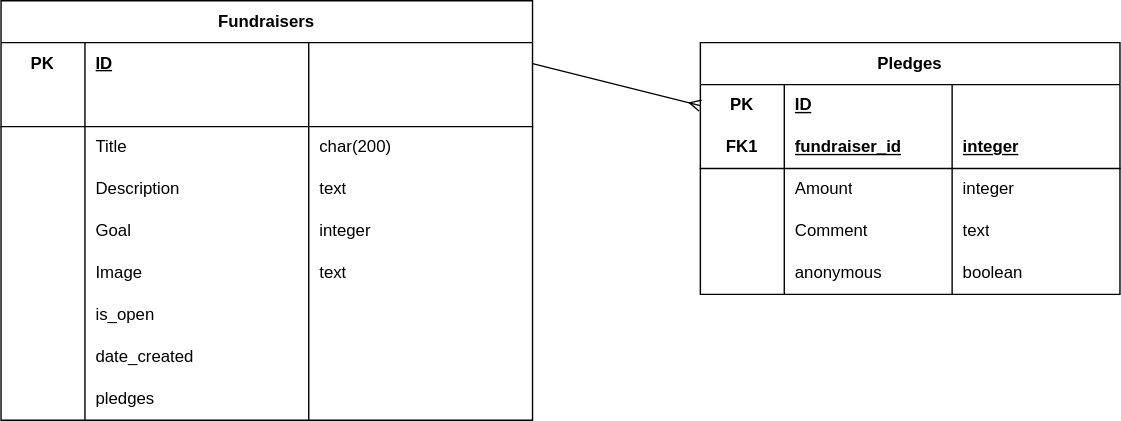
trangvo24267/crowdfunding_backend keeps this draw.io diagram as database.drawio.svg. Above is the earlier version. Source tidied: cells renumbered, new cells last; positions are measured from the earlier drawing's top-left corner, leaving out a move shared by most shapes. The source it was exported from:
```xml
<mxGraphModel>
  <root>
    <mxCell id="0" />
    <mxCell id="1" parent="0" />
    <mxCell id="2" value="Fundraisers" style="shape=table;startSize=30;rowLines=0;fontStyle=1;align=center;html=1;whiteSpace=wrap;" parent="1" vertex="1">
      <mxGeometry width="380" height="300" as="geometry" />
    </mxCell>
    <mxCell id="3" style="shape=tableRow;horizontal=0;startSize=0;swimlaneHead=0;swimlaneBody=0;fillColor=none;points=[[0,0.5],[1,0.5]];portConstraint=eastwest;top=0;left=0;right=0;bottom=0;html=1;" parent="2" vertex="1">
      <mxGeometry y="30" width="380" height="30" as="geometry" />
    </mxCell>
    <mxCell id="4" value="PK" style="shape=partialRectangle;fillColor=none;top=0;left=0;bottom=0;right=0;fontStyle=1;overflow=hidden;html=1;whiteSpace=wrap;" parent="3" vertex="1">
      <mxGeometry width="60" height="30" as="geometry" />
    </mxCell>
    <mxCell id="5" value="ID" style="shape=partialRectangle;fillColor=none;top=0;left=0;bottom=0;right=0;align=left;spacingLeft=6;fontStyle=5;overflow=hidden;html=1;whiteSpace=wrap;" parent="3" vertex="1">
      <mxGeometry x="60" width="160" height="30" as="geometry" />
    </mxCell>
    <mxCell id="6" style="shape=partialRectangle;fillColor=none;top=0;left=0;bottom=0;right=0;align=left;spacingLeft=6;fontStyle=5;overflow=hidden;html=1;whiteSpace=wrap;" parent="3" vertex="1">
      <mxGeometry x="220" width="160" height="30" as="geometry" />
    </mxCell>
    <mxCell id="7" style="shape=tableRow;horizontal=0;startSize=0;swimlaneHead=0;swimlaneBody=0;fillColor=none;top=0;left=0;right=0;bottom=1;html=1;" parent="2" vertex="1">
      <mxGeometry y="60" width="380" height="30" as="geometry" />
    </mxCell>
    <mxCell id="8" style="shape=partialRectangle;fillColor=none;top=0;left=0;bottom=0;right=0;fontStyle=1;overflow=hidden;html=1;whiteSpace=wrap;" parent="7" vertex="1">
      <mxGeometry width="60" height="30" as="geometry" />
    </mxCell>
    <mxCell id="9" style="shape=partialRectangle;fillColor=none;top=0;left=0;bottom=0;right=0;align=left;spacingLeft=6;fontStyle=5;overflow=hidden;html=1;whiteSpace=wrap;" parent="7" vertex="1">
      <mxGeometry x="60" width="160" height="30" as="geometry" />
    </mxCell>
    <mxCell id="10" style="shape=partialRectangle;fillColor=none;top=0;left=0;bottom=0;right=0;align=left;spacingLeft=6;fontStyle=5;overflow=hidden;html=1;whiteSpace=wrap;" parent="7" vertex="1">
      <mxGeometry x="220" width="160" height="30" as="geometry" />
    </mxCell>
    <mxCell id="11" style="shape=tableRow;horizontal=0;startSize=0;swimlaneHead=0;swimlaneBody=0;fillColor=none;top=0;left=0;right=0;bottom=0;html=1;" parent="2" vertex="1">
      <mxGeometry y="90" width="380" height="30" as="geometry" />
    </mxCell>
    <mxCell id="12" style="shape=partialRectangle;fillColor=none;top=0;left=0;bottom=0;right=0;overflow=hidden;html=1;whiteSpace=wrap;" parent="11" vertex="1">
      <mxGeometry width="60" height="30" as="geometry" />
    </mxCell>
    <mxCell id="13" value="Title" style="shape=partialRectangle;fillColor=none;top=0;left=0;bottom=0;right=0;align=left;spacingLeft=6;overflow=hidden;html=1;whiteSpace=wrap;" parent="11" vertex="1">
      <mxGeometry x="60" width="160" height="30" as="geometry" />
    </mxCell>
    <mxCell id="14" value="char(200)" style="shape=partialRectangle;fillColor=none;top=0;left=0;bottom=0;right=0;align=left;spacingLeft=6;overflow=hidden;html=1;whiteSpace=wrap;" parent="11" vertex="1">
      <mxGeometry x="220" width="160" height="30" as="geometry" />
    </mxCell>
    <mxCell id="15" style="shape=tableRow;horizontal=0;startSize=0;swimlaneHead=0;swimlaneBody=0;fillColor=none;top=0;left=0;right=0;bottom=0;html=1;" parent="2" vertex="1">
      <mxGeometry y="120" width="380" height="30" as="geometry" />
    </mxCell>
    <mxCell id="16" style="shape=partialRectangle;fillColor=none;top=0;left=0;bottom=0;right=0;overflow=hidden;html=1;whiteSpace=wrap;" parent="15" vertex="1">
      <mxGeometry width="60" height="30" as="geometry" />
    </mxCell>
    <mxCell id="17" value="&lt;span style=&quot;color: rgb(0, 0, 0);&quot;&gt;Description&lt;/span&gt;" style="shape=partialRectangle;fillColor=none;top=0;left=0;bottom=0;right=0;align=left;spacingLeft=6;overflow=hidden;html=1;whiteSpace=wrap;" parent="15" vertex="1">
      <mxGeometry x="60" width="160" height="30" as="geometry" />
    </mxCell>
    <mxCell id="18" value="text" style="shape=partialRectangle;fillColor=none;top=0;left=0;bottom=0;right=0;align=left;spacingLeft=6;overflow=hidden;html=1;whiteSpace=wrap;" parent="15" vertex="1">
      <mxGeometry x="220" width="160" height="30" as="geometry" />
    </mxCell>
    <mxCell id="19" style="shape=tableRow;horizontal=0;startSize=0;swimlaneHead=0;swimlaneBody=0;fillColor=none;top=0;left=0;right=0;bottom=0;html=1;" parent="2" vertex="1">
      <mxGeometry y="150" width="380" height="30" as="geometry" />
    </mxCell>
    <mxCell id="20" style="shape=partialRectangle;fillColor=none;top=0;left=0;bottom=0;right=0;overflow=hidden;html=1;whiteSpace=wrap;" parent="19" vertex="1">
      <mxGeometry width="60" height="30" as="geometry" />
    </mxCell>
    <mxCell id="21" value="Goal" style="shape=partialRectangle;fillColor=none;top=0;left=0;bottom=0;right=0;align=left;spacingLeft=6;overflow=hidden;html=1;whiteSpace=wrap;" parent="19" vertex="1">
      <mxGeometry x="60" width="160" height="30" as="geometry" />
    </mxCell>
    <mxCell id="22" value="integer" style="shape=partialRectangle;fillColor=none;top=0;left=0;bottom=0;right=0;align=left;spacingLeft=6;overflow=hidden;html=1;whiteSpace=wrap;" parent="19" vertex="1">
      <mxGeometry x="220" width="160" height="30" as="geometry" />
    </mxCell>
    <mxCell id="23" style="shape=tableRow;horizontal=0;startSize=0;swimlaneHead=0;swimlaneBody=0;fillColor=none;top=0;left=0;right=0;bottom=0;html=1;" parent="2" vertex="1">
      <mxGeometry y="180" width="380" height="30" as="geometry" />
    </mxCell>
    <mxCell id="24" style="shape=partialRectangle;fillColor=none;top=0;left=0;bottom=0;right=0;overflow=hidden;html=1;whiteSpace=wrap;" parent="23" vertex="1">
      <mxGeometry width="60" height="30" as="geometry" />
    </mxCell>
    <mxCell id="25" value="Image" style="shape=partialRectangle;fillColor=none;top=0;left=0;bottom=0;right=0;align=left;spacingLeft=6;overflow=hidden;html=1;whiteSpace=wrap;" parent="23" vertex="1">
      <mxGeometry x="60" width="160" height="30" as="geometry" />
    </mxCell>
    <mxCell id="26" value="text" style="shape=partialRectangle;fillColor=none;top=0;left=0;bottom=0;right=0;align=left;spacingLeft=6;overflow=hidden;html=1;whiteSpace=wrap;" parent="23" vertex="1">
      <mxGeometry x="220" width="160" height="30" as="geometry" />
    </mxCell>
    <mxCell id="27" style="shape=tableRow;horizontal=0;startSize=0;swimlaneHead=0;swimlaneBody=0;fillColor=none;top=0;left=0;right=0;bottom=0;html=1;" parent="2" vertex="1">
      <mxGeometry y="210" width="380" height="30" as="geometry" />
    </mxCell>
    <mxCell id="28" style="shape=partialRectangle;fillColor=none;top=0;left=0;bottom=0;right=0;overflow=hidden;html=1;whiteSpace=wrap;" parent="27" vertex="1">
      <mxGeometry width="60" height="30" as="geometry" />
    </mxCell>
    <mxCell id="29" value="is_open" style="shape=partialRectangle;fillColor=none;top=0;left=0;bottom=0;right=0;align=left;spacingLeft=6;overflow=hidden;html=1;whiteSpace=wrap;" parent="27" vertex="1">
      <mxGeometry x="60" width="160" height="30" as="geometry" />
    </mxCell>
    <mxCell id="30" style="shape=partialRectangle;fillColor=none;top=0;left=0;bottom=0;right=0;align=left;spacingLeft=6;overflow=hidden;html=1;whiteSpace=wrap;" parent="27" vertex="1">
      <mxGeometry x="220" width="160" height="30" as="geometry" />
    </mxCell>
    <mxCell id="31" style="shape=tableRow;horizontal=0;startSize=0;swimlaneHead=0;swimlaneBody=0;fillColor=none;top=0;left=0;right=0;bottom=0;html=1;" parent="2" vertex="1">
      <mxGeometry y="240" width="380" height="30" as="geometry" />
    </mxCell>
    <mxCell id="32" style="shape=partialRectangle;fillColor=none;top=0;left=0;bottom=0;right=0;overflow=hidden;html=1;whiteSpace=wrap;" parent="31" vertex="1">
      <mxGeometry width="60" height="30" as="geometry" />
    </mxCell>
    <mxCell id="33" value="date_created" style="shape=partialRectangle;fillColor=none;top=0;left=0;bottom=0;right=0;align=left;spacingLeft=6;overflow=hidden;html=1;whiteSpace=wrap;" parent="31" vertex="1">
      <mxGeometry x="60" width="160" height="30" as="geometry" />
    </mxCell>
    <mxCell id="34" style="shape=partialRectangle;fillColor=none;top=0;left=0;bottom=0;right=0;align=left;spacingLeft=6;overflow=hidden;html=1;whiteSpace=wrap;" parent="31" vertex="1">
      <mxGeometry x="220" width="160" height="30" as="geometry" />
    </mxCell>
    <mxCell id="35" style="shape=tableRow;horizontal=0;startSize=0;swimlaneHead=0;swimlaneBody=0;fillColor=none;top=0;left=0;right=0;bottom=0;html=1;" parent="2" vertex="1">
      <mxGeometry y="270" width="380" height="30" as="geometry" />
    </mxCell>
    <mxCell id="36" style="shape=partialRectangle;fillColor=none;top=0;left=0;bottom=0;right=0;overflow=hidden;html=1;whiteSpace=wrap;" parent="35" vertex="1">
      <mxGeometry width="60" height="30" as="geometry" />
    </mxCell>
    <mxCell id="37" value="pledges" style="shape=partialRectangle;fillColor=none;top=0;left=0;bottom=0;right=0;align=left;spacingLeft=6;overflow=hidden;html=1;whiteSpace=wrap;" parent="35" vertex="1">
      <mxGeometry x="60" width="160" height="30" as="geometry" />
    </mxCell>
    <mxCell id="38" style="shape=partialRectangle;fillColor=none;top=0;left=0;bottom=0;right=0;align=left;spacingLeft=6;overflow=hidden;html=1;whiteSpace=wrap;" parent="35" vertex="1">
      <mxGeometry x="220" width="160" height="30" as="geometry" />
    </mxCell>
    <mxCell id="39" value="Pledges" style="shape=table;startSize=30;rowLines=0;fontStyle=1;align=center;html=1;whiteSpace=wrap;" parent="1" vertex="1">
      <mxGeometry x="500" y="30" width="300" height="180" as="geometry" />
    </mxCell>
    <mxCell id="40" style="shape=tableRow;horizontal=0;startSize=0;swimlaneHead=0;swimlaneBody=0;fillColor=none;points=[[0,0.5],[1,0.5]];portConstraint=eastwest;top=0;left=0;right=0;bottom=0;html=1;" parent="39" vertex="1">
      <mxGeometry y="30" width="300" height="30" as="geometry" />
    </mxCell>
    <mxCell id="41" value="PK" style="shape=partialRectangle;fillColor=none;top=0;left=0;bottom=0;right=0;fontStyle=1;overflow=hidden;html=1;whiteSpace=wrap;" parent="40" vertex="1">
      <mxGeometry width="60" height="30" as="geometry" />
    </mxCell>
    <mxCell id="42" value="ID" style="shape=partialRectangle;fillColor=none;top=0;left=0;bottom=0;right=0;align=left;spacingLeft=6;fontStyle=5;overflow=hidden;html=1;whiteSpace=wrap;" parent="40" vertex="1">
      <mxGeometry x="60" width="120" height="30" as="geometry" />
    </mxCell>
    <mxCell id="43" style="shape=partialRectangle;fillColor=none;top=0;left=0;bottom=0;right=0;align=left;spacingLeft=6;fontStyle=5;overflow=hidden;html=1;whiteSpace=wrap;" parent="40" vertex="1">
      <mxGeometry x="180" width="120" height="30" as="geometry" />
    </mxCell>
    <mxCell id="44" style="shape=tableRow;horizontal=0;startSize=0;swimlaneHead=0;swimlaneBody=0;fillColor=none;top=0;left=0;right=0;bottom=1;html=1;" parent="39" vertex="1">
      <mxGeometry y="60" width="300" height="30" as="geometry" />
    </mxCell>
    <mxCell id="45" value="FK1" style="shape=partialRectangle;fillColor=none;top=0;left=0;bottom=0;right=0;fontStyle=1;overflow=hidden;html=1;whiteSpace=wrap;" parent="44" vertex="1">
      <mxGeometry width="60" height="30" as="geometry" />
    </mxCell>
    <mxCell id="46" value="fundraiser_id" style="shape=partialRectangle;fillColor=none;top=0;left=0;bottom=0;right=0;align=left;spacingLeft=6;fontStyle=5;overflow=hidden;html=1;whiteSpace=wrap;" parent="44" vertex="1">
      <mxGeometry x="60" width="120" height="30" as="geometry" />
    </mxCell>
    <mxCell id="47" value="integer" style="shape=partialRectangle;fillColor=none;top=0;left=0;bottom=0;right=0;align=left;spacingLeft=6;fontStyle=5;overflow=hidden;html=1;whiteSpace=wrap;" parent="44" vertex="1">
      <mxGeometry x="180" width="120" height="30" as="geometry" />
    </mxCell>
    <mxCell id="48" style="shape=tableRow;horizontal=0;startSize=0;swimlaneHead=0;swimlaneBody=0;fillColor=none;top=0;left=0;right=0;bottom=0;html=1;" parent="39" vertex="1">
      <mxGeometry y="90" width="300" height="30" as="geometry" />
    </mxCell>
    <mxCell id="49" style="shape=partialRectangle;fillColor=none;top=0;left=0;bottom=0;right=0;overflow=hidden;html=1;whiteSpace=wrap;" parent="48" vertex="1">
      <mxGeometry width="60" height="30" as="geometry" />
    </mxCell>
    <mxCell id="50" value="Amount" style="shape=partialRectangle;fillColor=none;top=0;left=0;bottom=0;right=0;align=left;spacingLeft=6;overflow=hidden;html=1;whiteSpace=wrap;" parent="48" vertex="1">
      <mxGeometry x="60" width="120" height="30" as="geometry" />
    </mxCell>
    <mxCell id="51" value="integer" style="shape=partialRectangle;fillColor=none;top=0;left=0;bottom=0;right=0;align=left;spacingLeft=6;overflow=hidden;html=1;whiteSpace=wrap;" parent="48" vertex="1">
      <mxGeometry x="180" width="120" height="30" as="geometry" />
    </mxCell>
    <mxCell id="52" style="shape=tableRow;horizontal=0;startSize=0;swimlaneHead=0;swimlaneBody=0;fillColor=none;top=0;left=0;right=0;bottom=0;html=1;" parent="39" vertex="1">
      <mxGeometry y="120" width="300" height="30" as="geometry" />
    </mxCell>
    <mxCell id="53" style="shape=partialRectangle;fillColor=none;top=0;left=0;bottom=0;right=0;overflow=hidden;html=1;whiteSpace=wrap;" parent="52" vertex="1">
      <mxGeometry width="60" height="30" as="geometry" />
    </mxCell>
    <mxCell id="54" value="Comment" style="shape=partialRectangle;fillColor=none;top=0;left=0;bottom=0;right=0;align=left;spacingLeft=6;overflow=hidden;html=1;whiteSpace=wrap;" parent="52" vertex="1">
      <mxGeometry x="60" width="120" height="30" as="geometry" />
    </mxCell>
    <mxCell id="55" value="text" style="shape=partialRectangle;fillColor=none;top=0;left=0;bottom=0;right=0;align=left;spacingLeft=6;overflow=hidden;html=1;whiteSpace=wrap;" parent="52" vertex="1">
      <mxGeometry x="180" width="120" height="30" as="geometry" />
    </mxCell>
    <mxCell id="56" style="shape=tableRow;horizontal=0;startSize=0;swimlaneHead=0;swimlaneBody=0;fillColor=none;top=0;left=0;right=0;bottom=0;html=1;" parent="39" vertex="1">
      <mxGeometry y="150" width="300" height="30" as="geometry" />
    </mxCell>
    <mxCell id="57" style="shape=partialRectangle;fillColor=none;top=0;left=0;bottom=0;right=0;overflow=hidden;html=1;whiteSpace=wrap;" parent="56" vertex="1">
      <mxGeometry width="60" height="30" as="geometry" />
    </mxCell>
    <mxCell id="58" value="anonymous" style="shape=partialRectangle;fillColor=none;top=0;left=0;bottom=0;right=0;align=left;spacingLeft=6;overflow=hidden;html=1;whiteSpace=wrap;" parent="56" vertex="1">
      <mxGeometry x="60" width="120" height="30" as="geometry" />
    </mxCell>
    <mxCell id="59" value="boolean" style="shape=partialRectangle;fillColor=none;top=0;left=0;bottom=0;right=0;align=left;spacingLeft=6;overflow=hidden;html=1;whiteSpace=wrap;" parent="56" vertex="1">
      <mxGeometry x="180" width="120" height="30" as="geometry" />
    </mxCell>
    <mxCell id="60" style="edgeStyle=none;html=1;exitX=1;exitY=0.5;exitDx=0;exitDy=0;entryX=0;entryY=0.5;entryDx=0;entryDy=0;endArrow=ERmany;endFill=0;startArrow=none;startFill=0;" parent="1" edge="1" source="3" target="40">
      <mxGeometry relative="1" as="geometry" />
    </mxCell>
  </root>
</mxGraphModel>
```
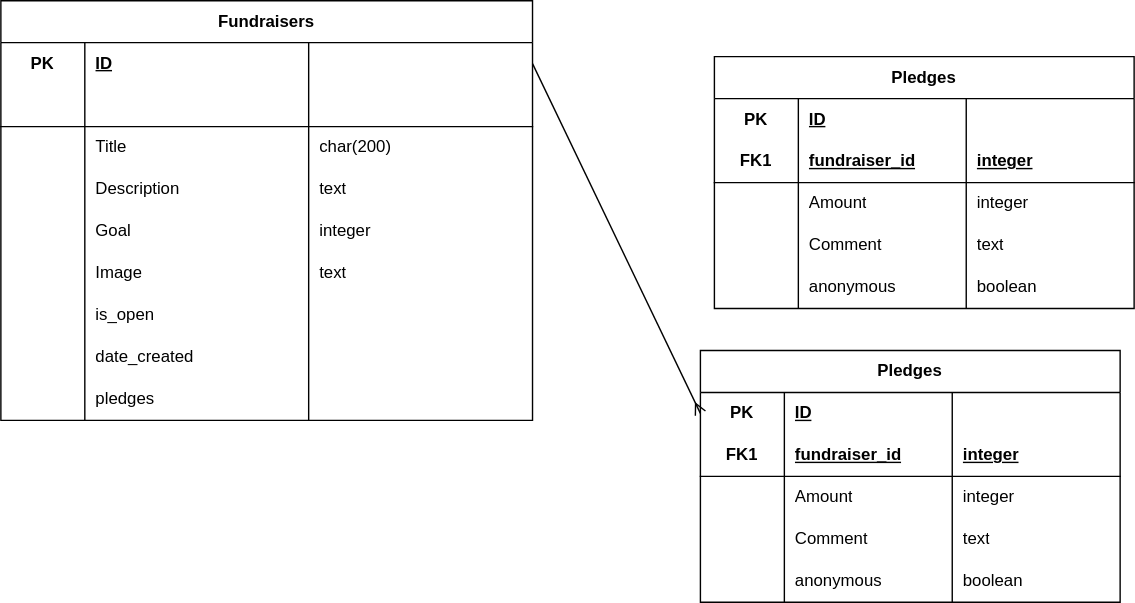
After the change.

Diff of the diagram source:
```diff
@@ -114,7 +114,7 @@
       <mxGeometry x="220" width="160" height="30" as="geometry" />
     </mxCell>
     <mxCell id="39" value="Pledges" style="shape=table;startSize=30;rowLines=0;fontStyle=1;align=center;html=1;whiteSpace=wrap;" parent="1" vertex="1">
-      <mxGeometry x="500" y="30" width="300" height="180" as="geometry" />
+      <mxGeometry x="500" y="250" width="300" height="180" as="geometry" />
     </mxCell>
     <mxCell id="40" style="shape=tableRow;horizontal=0;startSize=0;swimlaneHead=0;swimlaneBody=0;fillColor=none;points=[[0,0.5],[1,0.5]];portConstraint=eastwest;top=0;left=0;right=0;bottom=0;html=1;" parent="39" vertex="1">
       <mxGeometry y="30" width="300" height="30" as="geometry" />
@@ -179,5 +179,68 @@
     <mxCell id="60" style="edgeStyle=none;html=1;exitX=1;exitY=0.5;exitDx=0;exitDy=0;entryX=0;entryY=0.5;entryDx=0;entryDy=0;endArrow=ERmany;endFill=0;startArrow=none;startFill=0;" parent="1" edge="1" source="3" target="40">
       <mxGeometry relative="1" as="geometry" />
     </mxCell>
+    <mxCell id="61" value="Pledges" style="shape=table;startSize=30;rowLines=0;fontStyle=1;align=center;html=1;whiteSpace=wrap;" parent="1" vertex="1">
+      <mxGeometry x="510" y="40" width="300" height="180" as="geometry" />
+    </mxCell>
+    <mxCell id="62" style="shape=tableRow;horizontal=0;startSize=0;swimlaneHead=0;swimlaneBody=0;fillColor=none;top=0;left=0;right=0;bottom=0;html=1;" parent="61" vertex="1">
+      <mxGeometry y="30" width="300" height="30" as="geometry" />
+    </mxCell>
+    <mxCell id="63" value="PK" style="shape=partialRectangle;fillColor=none;top=0;left=0;bottom=0;right=0;fontStyle=1;overflow=hidden;html=1;whiteSpace=wrap;" parent="62" vertex="1">
+      <mxGeometry width="60" height="30" as="geometry" />
+    </mxCell>
+    <mxCell id="64" value="ID" style="shape=partialRectangle;fillColor=none;top=0;left=0;bottom=0;right=0;align=left;spacingLeft=6;fontStyle=5;overflow=hidden;html=1;whiteSpace=wrap;" parent="62" vertex="1">
+      <mxGeometry x="60" width="120" height="30" as="geometry" />
+    </mxCell>
+    <mxCell id="65" style="shape=partialRectangle;fillColor=none;top=0;left=0;bottom=0;right=0;align=left;spacingLeft=6;fontStyle=5;overflow=hidden;html=1;whiteSpace=wrap;" parent="62" vertex="1">
+      <mxGeometry x="180" width="120" height="30" as="geometry" />
+    </mxCell>
+    <mxCell id="66" style="shape=tableRow;horizontal=0;startSize=0;swimlaneHead=0;swimlaneBody=0;fillColor=none;top=0;left=0;right=0;bottom=1;html=1;" parent="61" vertex="1">
+      <mxGeometry y="60" width="300" height="30" as="geometry" />
+    </mxCell>
+    <mxCell id="67" value="FK1" style="shape=partialRectangle;fillColor=none;top=0;left=0;bottom=0;right=0;fontStyle=1;overflow=hidden;html=1;whiteSpace=wrap;" parent="66" vertex="1">
+      <mxGeometry width="60" height="30" as="geometry" />
+    </mxCell>
+    <mxCell id="68" value="fundraiser_id" style="shape=partialRectangle;fillColor=none;top=0;left=0;bottom=0;right=0;align=left;spacingLeft=6;fontStyle=5;overflow=hidden;html=1;whiteSpace=wrap;" parent="66" vertex="1">
+      <mxGeometry x="60" width="120" height="30" as="geometry" />
+    </mxCell>
+    <mxCell id="69" value="integer" style="shape=partialRectangle;fillColor=none;top=0;left=0;bottom=0;right=0;align=left;spacingLeft=6;fontStyle=5;overflow=hidden;html=1;whiteSpace=wrap;" parent="66" vertex="1">
+      <mxGeometry x="180" width="120" height="30" as="geometry" />
+    </mxCell>
+    <mxCell id="70" style="shape=tableRow;horizontal=0;startSize=0;swimlaneHead=0;swimlaneBody=0;fillColor=none;top=0;left=0;right=0;bottom=0;html=1;" parent="61" vertex="1">
+      <mxGeometry y="90" width="300" height="30" as="geometry" />
+    </mxCell>
+    <mxCell id="71" style="shape=partialRectangle;fillColor=none;top=0;left=0;bottom=0;right=0;overflow=hidden;html=1;whiteSpace=wrap;" parent="70" vertex="1">
+      <mxGeometry width="60" height="30" as="geometry" />
+    </mxCell>
+    <mxCell id="72" value="Amount" style="shape=partialRectangle;fillColor=none;top=0;left=0;bottom=0;right=0;align=left;spacingLeft=6;overflow=hidden;html=1;whiteSpace=wrap;" parent="70" vertex="1">
+      <mxGeometry x="60" width="120" height="30" as="geometry" />
+    </mxCell>
+    <mxCell id="73" value="integer" style="shape=partialRectangle;fillColor=none;top=0;left=0;bottom=0;right=0;align=left;spacingLeft=6;overflow=hidden;html=1;whiteSpace=wrap;" parent="70" vertex="1">
+      <mxGeometry x="180" width="120" height="30" as="geometry" />
+    </mxCell>
+    <mxCell id="74" style="shape=tableRow;horizontal=0;startSize=0;swimlaneHead=0;swimlaneBody=0;fillColor=none;top=0;left=0;right=0;bottom=0;html=1;" parent="61" vertex="1">
+      <mxGeometry y="120" width="300" height="30" as="geometry" />
+    </mxCell>
+    <mxCell id="75" style="shape=partialRectangle;fillColor=none;top=0;left=0;bottom=0;right=0;overflow=hidden;html=1;whiteSpace=wrap;" parent="74" vertex="1">
+      <mxGeometry width="60" height="30" as="geometry" />
+    </mxCell>
+    <mxCell id="76" value="Comment" style="shape=partialRectangle;fillColor=none;top=0;left=0;bottom=0;right=0;align=left;spacingLeft=6;overflow=hidden;html=1;whiteSpace=wrap;" parent="74" vertex="1">
+      <mxGeometry x="60" width="120" height="30" as="geometry" />
+    </mxCell>
+    <mxCell id="77" value="text" style="shape=partialRectangle;fillColor=none;top=0;left=0;bottom=0;right=0;align=left;spacingLeft=6;overflow=hidden;html=1;whiteSpace=wrap;" parent="74" vertex="1">
+      <mxGeometry x="180" width="120" height="30" as="geometry" />
+    </mxCell>
+    <mxCell id="78" style="shape=tableRow;horizontal=0;startSize=0;swimlaneHead=0;swimlaneBody=0;fillColor=none;top=0;left=0;right=0;bottom=0;html=1;" parent="61" vertex="1">
+      <mxGeometry y="150" width="300" height="30" as="geometry" />
+    </mxCell>
+    <mxCell id="79" style="shape=partialRectangle;fillColor=none;top=0;left=0;bottom=0;right=0;overflow=hidden;html=1;whiteSpace=wrap;" parent="78" vertex="1">
+      <mxGeometry width="60" height="30" as="geometry" />
+    </mxCell>
+    <mxCell id="80" value="anonymous" style="shape=partialRectangle;fillColor=none;top=0;left=0;bottom=0;right=0;align=left;spacingLeft=6;overflow=hidden;html=1;whiteSpace=wrap;" parent="78" vertex="1">
+      <mxGeometry x="60" width="120" height="30" as="geometry" />
+    </mxCell>
+    <mxCell id="81" value="boolean" style="shape=partialRectangle;fillColor=none;top=0;left=0;bottom=0;right=0;align=left;spacingLeft=6;overflow=hidden;html=1;whiteSpace=wrap;" parent="78" vertex="1">
+      <mxGeometry x="180" width="120" height="30" as="geometry" />
+    </mxCell>
   </root>
 </mxGraphModel>
```
